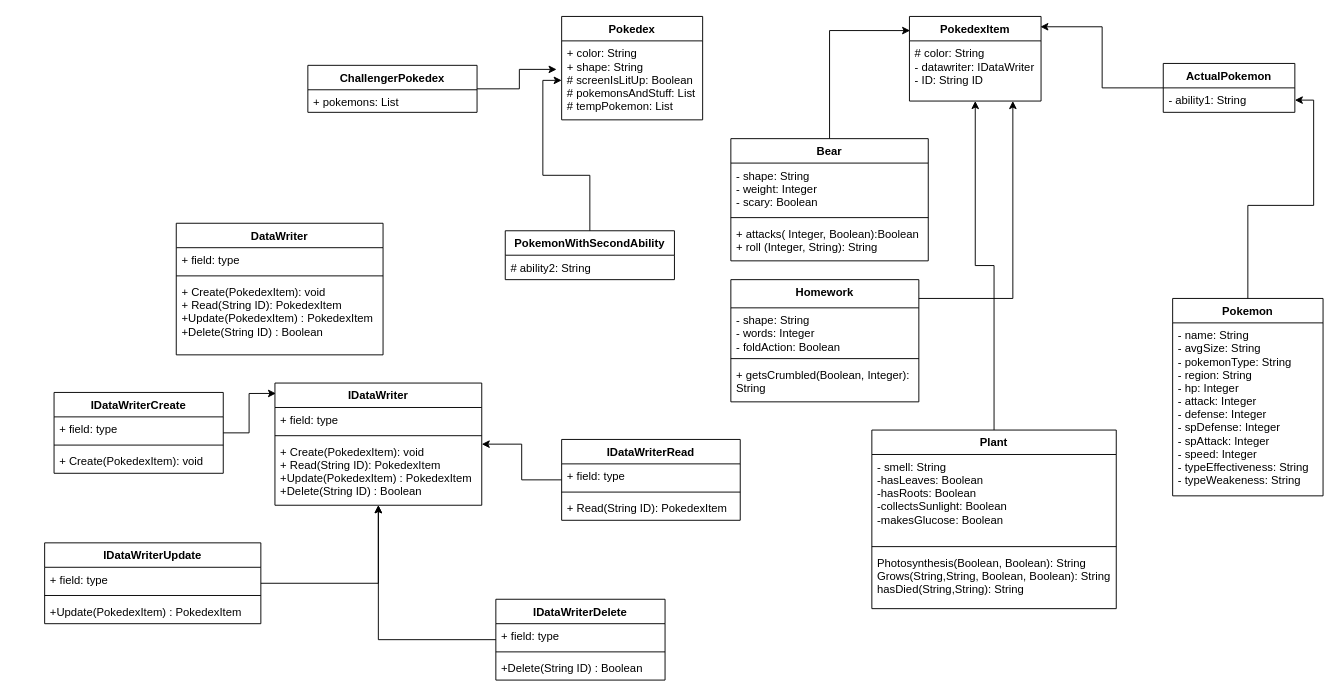
Earlier version of the draw.io diagram Class Diagrams-5.drawio (Uplift-Foundation/PokedexGameJava). Source tidied: cells renumbered, new cells numbered last; positions are measured from the earlier drawing's top-left corner, leaving out a move shared by most shapes. Both pictures are drawn from the tidied source at 94%, with x=0, y=0 at pixel (44, 16).
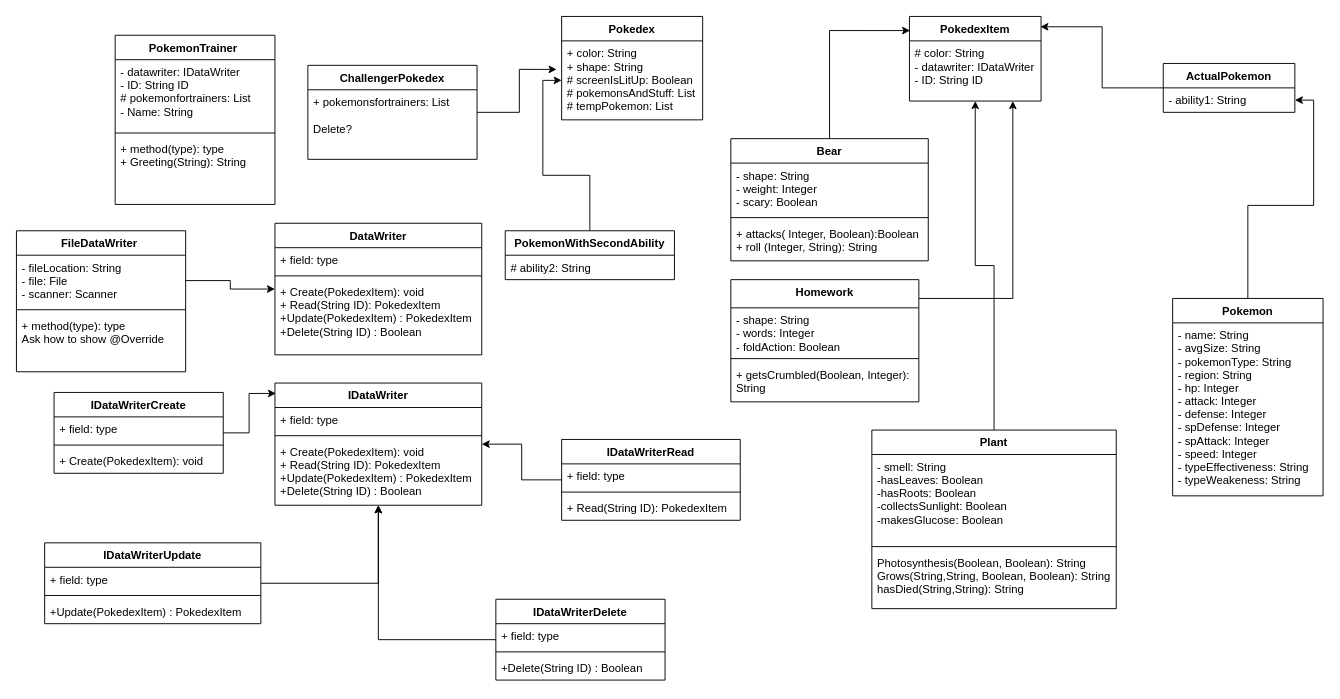
The same page after the edit.

Change to the diagram source:
```diff
@@
     <mxCell id="30" value="DataWriter" style="swimlane;fontStyle=1;align=center;verticalAlign=top;horizontal=1;startSize=26;" parent="1" vertex="1">
-      <mxGeometry x="140" y="220" width="220" height="140" as="geometry" />
+      <mxGeometry x="245" y="220" width="220" height="140" as="geometry" />
     </mxCell>
@@
     <mxCell id="59" value="ChallengerPokedex" style="swimlane;fontStyle=1;horizontal=1;startSize=26;fillColor=none;rounded=0;sketch=0;html=0;" parent="1" vertex="1">
-      <mxGeometry x="280" y="52" width="180" height="50" as="geometry" />
+      <mxGeometry x="280" y="52" width="180" height="100" as="geometry" />
     </mxCell>
-    <mxCell id="60" value="+ pokemons: List " style="text;strokeColor=none;fillColor=none;align=left;verticalAlign=top;spacingLeft=4;spacingRight=4;overflow=hidden;" parent="59" vertex="1">
-      <mxGeometry y="26" width="180" height="24" as="geometry" />
+    <mxCell id="60" value="+ pokemonsfortrainers: List &#10;&#10;Delete? " style="text;strokeColor=none;fillColor=none;align=left;verticalAlign=top;spacingLeft=4;spacingRight=4;overflow=hidden;" parent="59" vertex="1">
+      <mxGeometry y="26" width="180" height="74" as="geometry" />
     </mxCell>
+    <mxCell id="61" value="PokemonTrainer " style="swimlane;fontStyle=1;align=center;verticalAlign=top;horizontal=1;startSize=26;" parent="1" vertex="1">
+      <mxGeometry x="75" y="20" width="170" height="180" as="geometry" />
+    </mxCell>
+    <mxCell id="62" value="- datawriter: IDataWriter &#10;- ID: String ID &#10;# pokemonfortrainers: List &#10;- Name: String " style="text;strokeColor=none;fillColor=none;align=left;verticalAlign=top;spacingLeft=4;spacingRight=4;overflow=hidden;" parent="61" vertex="1">
+      <mxGeometry y="26" width="170" height="74" as="geometry" />
+    </mxCell>
+    <mxCell id="63" style="line;strokeWidth=1;fillColor=none;align=left;verticalAlign=middle;spacingTop=-1;spacingLeft=3;spacingRight=3;labelPosition=right;" parent="61" vertex="1">
+      <mxGeometry y="100" width="170" height="8" as="geometry" />
+    </mxCell>
+    <mxCell id="64" value="+ method(type): type&#10;+ Greeting(String): String " style="text;strokeColor=none;fillColor=none;align=left;verticalAlign=top;spacingLeft=4;spacingRight=4;overflow=hidden;" parent="61" vertex="1">
+      <mxGeometry y="108" width="170" height="72" as="geometry" />
+    </mxCell>
+    <mxCell id="65" value="FileDataWriter " style="swimlane;fontStyle=1;align=center;verticalAlign=top;horizontal=1;startSize=26;" parent="1" vertex="1">
+      <mxGeometry x="-30" y="228" width="180" height="150" as="geometry" />
+    </mxCell>
+    <mxCell id="66" value="- fileLocation: String &#10;- file: File&#10;- scanner: Scanner " style="text;strokeColor=none;fillColor=none;align=left;verticalAlign=top;spacingLeft=4;spacingRight=4;overflow=hidden;points=[[0,0.5],[1,0.5]];portConstraint=eastwest;" parent="65" vertex="1">
+      <mxGeometry y="26" width="180" height="54" as="geometry" />
+    </mxCell>
+    <mxCell id="67" style="line;strokeWidth=1;fillColor=none;align=left;verticalAlign=middle;spacingTop=-1;spacingLeft=3;spacingRight=3;labelPosition=right;" parent="65" vertex="1">
+      <mxGeometry y="80" width="180" height="8" as="geometry" />
+    </mxCell>
+    <mxCell id="68" value="+ method(type): type&#10;Ask how to show @Override" style="text;strokeColor=none;fillColor=none;align=left;verticalAlign=top;spacingLeft=4;spacingRight=4;overflow=hidden;" parent="65" vertex="1">
+      <mxGeometry y="88" width="180" height="62" as="geometry" />
+    </mxCell>
+    <mxCell id="69" style="edgeStyle=orthogonalEdgeStyle;rounded=0;jettySize=auto;html=1;" parent="1" edge="1" source="66" target="30">
+      <mxGeometry relative="1" as="geometry" />
+    </mxCell>
```
